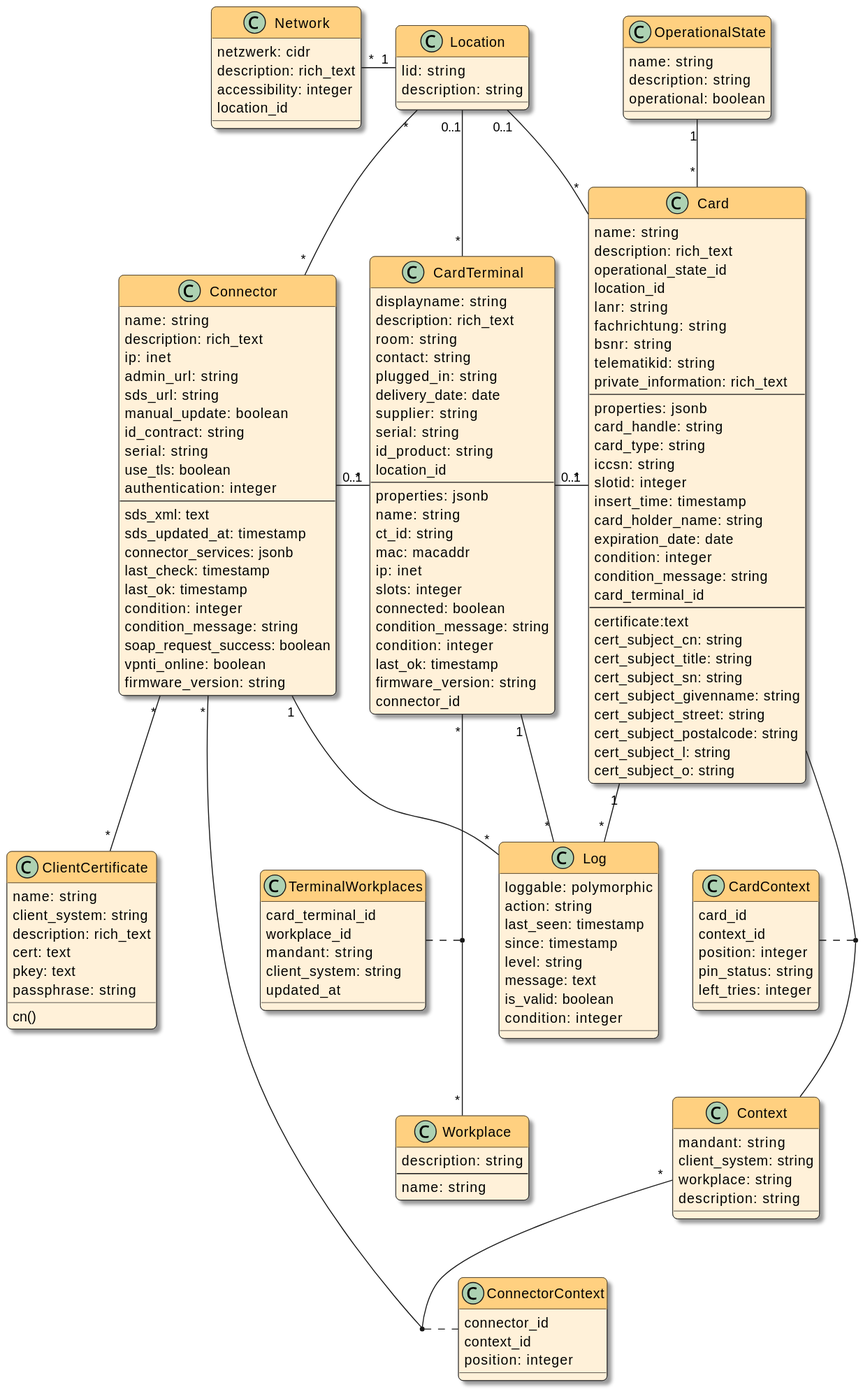
Earlier version of the PlantUML export docs/devnotes/_images/models.svg (swobspace/cocard).
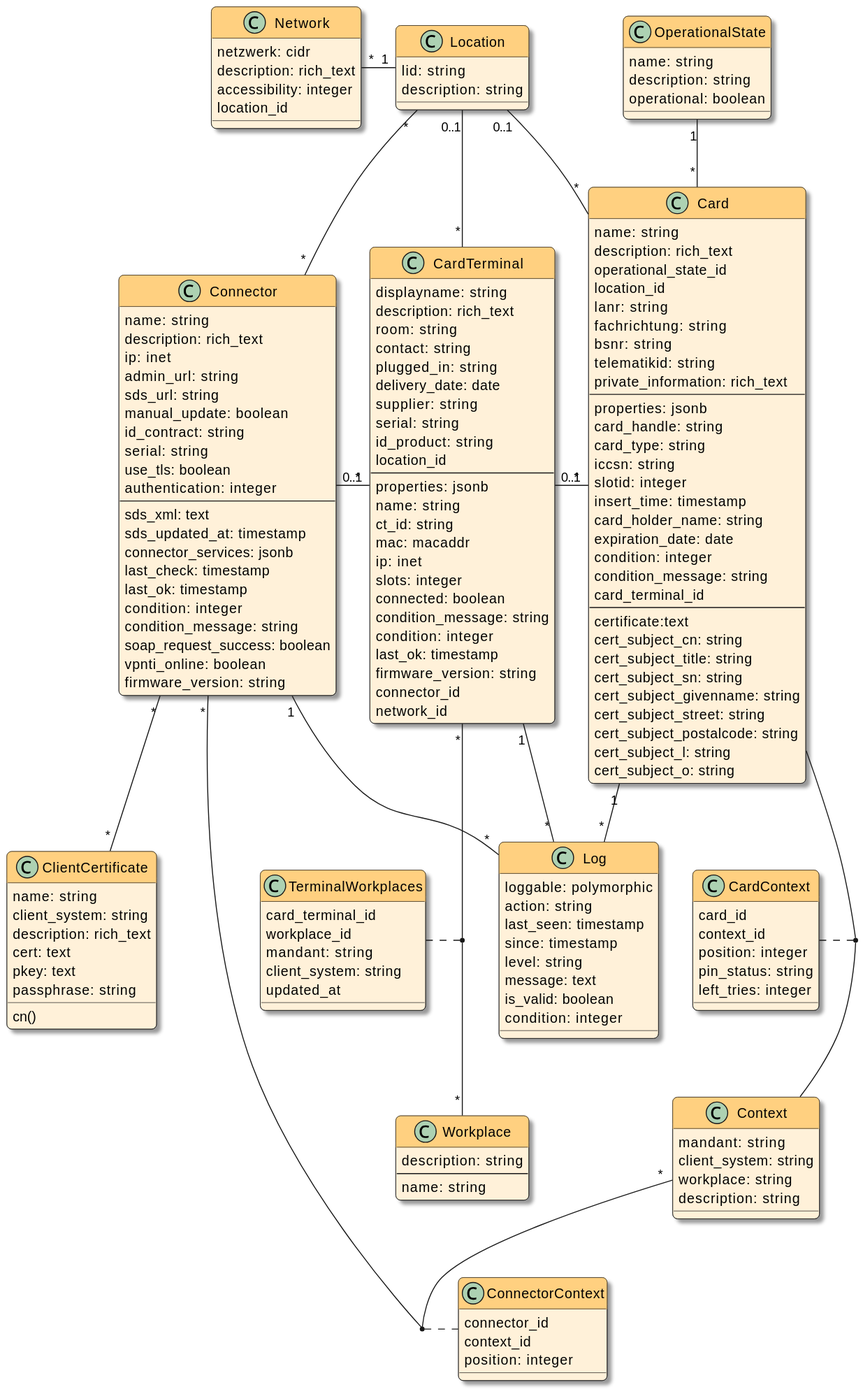
After the commit.

The edit, as a diff of the source:
```diff
@@ -51,6 +51,7 @@
   last_ok: timestamp
   firmware_version: string
   connector_id
+  network_id
 }
 
 class Location {
```
